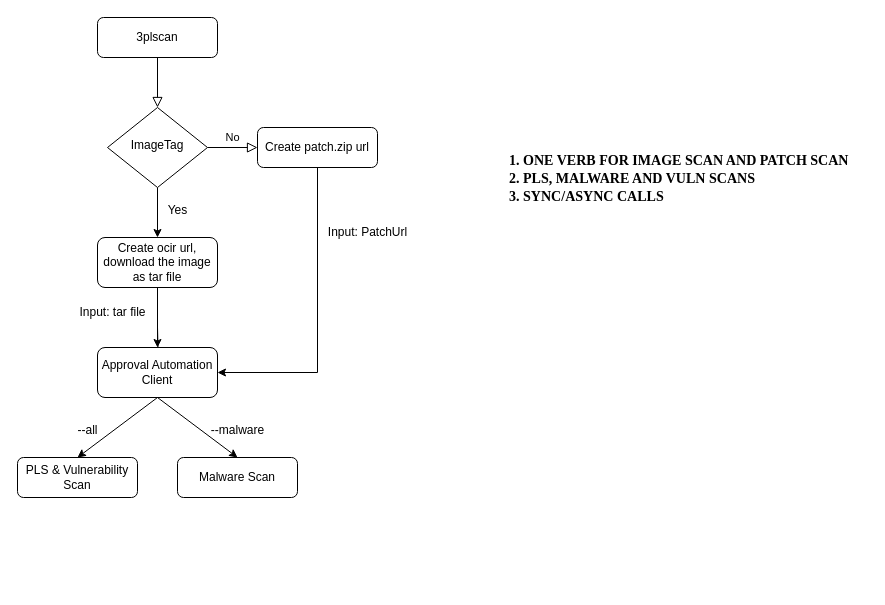
Earlier version of the draw.io diagram Untitled Diagram.drawio (sajella8/Microservice). Source tidied: cells renumbered, new cells numbered last; positions are measured from the earlier drawing's top-left corner, leaving out a move shared by most shapes. Both pictures are drawn from the tidied source at 100%, with x=0, y=0 at pixel (17, 17).
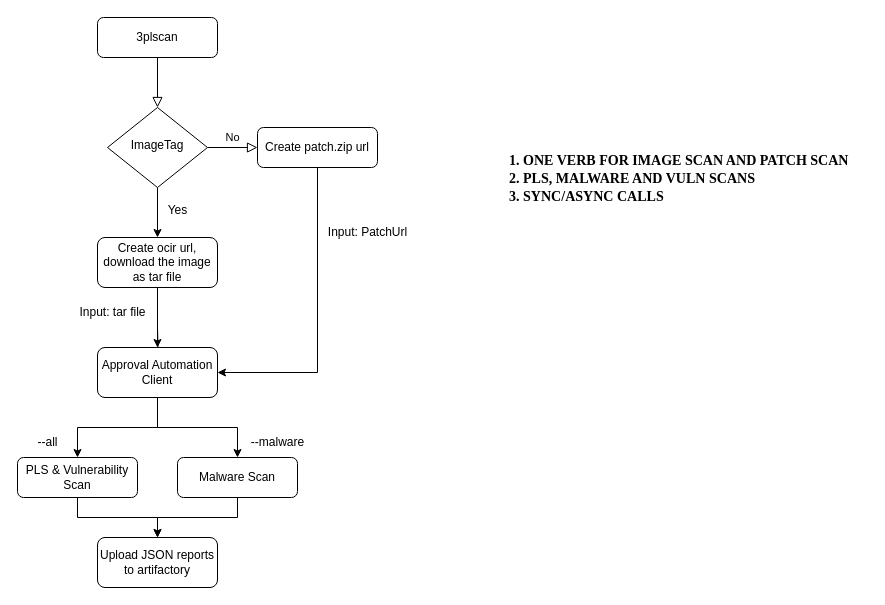
The same page after the edit.

Unchanged cells that the change refers to:
```xml
<mxCell id="12" value="Approval Automation Client" style="rounded=1;whiteSpace=wrap;html=1;fontSize=12;glass=0;strokeWidth=1;shadow=0;" parent="1" vertex="1">
  <mxGeometry x="80" y="330" width="120" height="50" as="geometry" />
</mxCell>
<mxCell id="16" value="PLS &amp;amp; Vulnerability Scan" style="rounded=1;whiteSpace=wrap;html=1;fontSize=12;glass=0;strokeWidth=1;shadow=0;" parent="1" vertex="1">
  <mxGeometry y="440" width="120" height="40" as="geometry" />
</mxCell>
<mxCell id="17" value="Malware Scan" style="rounded=1;whiteSpace=wrap;html=1;fontSize=12;glass=0;strokeWidth=1;shadow=0;" parent="1" vertex="1">
  <mxGeometry x="160" y="440" width="120" height="40" as="geometry" />
</mxCell>
```

Change to the diagram source:
```diff
@@
+    <mxCell id="19" style="edgeStyle=orthogonalEdgeStyle;rounded=0;jettySize=auto;html=1;" parent="1" edge="1" source="12" target="17">
+      <mxGeometry relative="1" as="geometry" />
+    </mxCell>
@@
+    <mxCell id="23" style="edgeStyle=orthogonalEdgeStyle;rounded=0;jettySize=auto;html=1;" parent="1" edge="1" source="16" target="25">
+      <mxGeometry relative="1" as="geometry" />
+    </mxCell>
@@
+    <mxCell id="24" style="edgeStyle=orthogonalEdgeStyle;rounded=0;jettySize=auto;html=1;" parent="1" edge="1" source="17" target="25">
+      <mxGeometry relative="1" as="geometry" />
+    </mxCell>
@@
-    <mxCell id="18" style="endArrow=classic;html=1;rounded=0;exitX=0.5;exitY=1;exitDx=0;exitDy=0;entryX=0.5;entryY=0;entryDx=0;entryDy=0;" parent="1" edge="1" source="12" target="16">
+    <mxCell id="18" style="endArrow=classic;html=1;rounded=0;entryX=0.5;entryY=0;entryDx=0;entryDy=0;exitX=0.5;exitY=1;exitDx=0;exitDy=0;edgeStyle=orthogonalEdgeStyle;" parent="1" edge="1" source="12" target="16">
       <mxGeometry relative="1" as="geometry" />
     </mxCell>
-    <mxCell id="19" style="endArrow=classic;html=1;rounded=0;exitX=0.5;exitY=1;exitDx=0;exitDy=0;entryX=0.5;entryY=0;entryDx=0;entryDy=0;" parent="1" edge="1" source="12" target="17">
-      <mxGeometry relative="1" as="geometry" />
-    </mxCell>
     <mxCell id="20" value="--all" style="text;html=1;align=center;verticalAlign=middle;strokeColor=none;fillColor=none;" parent="1" vertex="1">
-      <mxGeometry x="50" y="398" width="40" height="30" as="geometry" />
+      <mxGeometry x="10" y="410" width="40" height="30" as="geometry" />
     </mxCell>
     <mxCell id="21" value="--malware" style="text;html=1;align=center;verticalAlign=middle;strokeColor=none;fillColor=none;" parent="1" vertex="1">
-      <mxGeometry x="180" y="398" width="80" height="30" as="geometry" />
+      <mxGeometry x="220" y="410" width="80" height="30" as="geometry" />
     </mxCell>
@@
+    <mxCell id="25" value="Upload JSON reports to artifactory" style="rounded=1;whiteSpace=wrap;html=1;fontSize=12;glass=0;strokeWidth=1;shadow=0;" parent="1" vertex="1">
+      <mxGeometry x="80" y="520" width="120" height="50" as="geometry" />
+    </mxCell>
```
